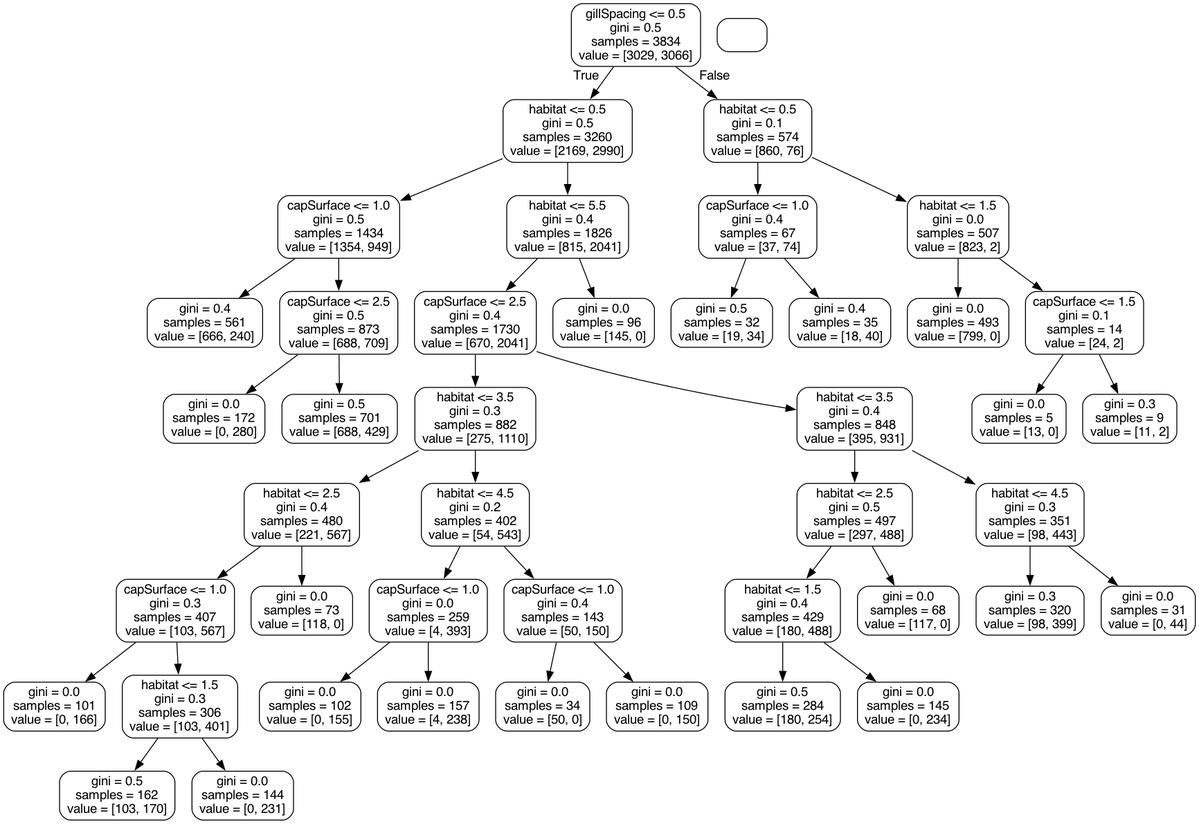
The Graphviz diagram Images/tree.png in williamhenderson02/ML-Coursework-2022, before a commit. Its source is kept beside it as tree.dot.
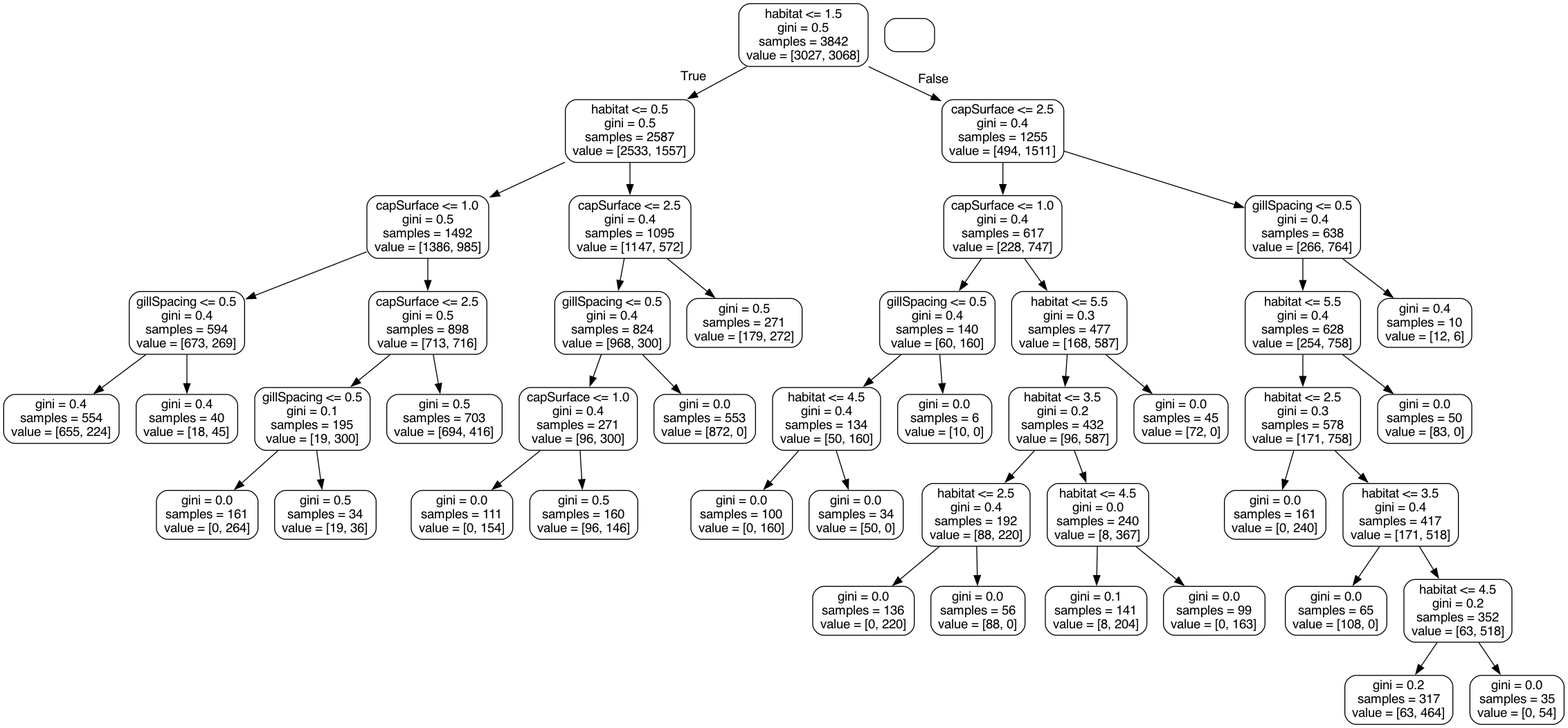
The same diagram one commit later.

Diff of the diagram source:
```diff
@@ -1,89 +1,93 @@
 digraph Tree {
 node [shape=box, style="rounded", color="black", fontname="helvetica"] ;
 edge [fontname="helvetica"] ;
-0 [label="gillSpacing <= 0.5\ngini = 0.5\nsamples = 3834\nvalue = [3029, 3066]"] ;
-1 [label="habitat <= 0.5\ngini = 0.5\nsamples = 3260\nvalue = [2169, 2990]"] ;
+0 [label="habitat <= 1.5\ngini = 0.5\nsamples = 3842\nvalue = [3027, 3068]"] ;
+1 [label="habitat <= 0.5\ngini = 0.5\nsamples = 2587\nvalue = [2533, 1557]"] ;
 0 -> 1 [labeldistance=2.5, labelangle=45, headlabel="True"] ;
-2 [label="capSurface <= 1.0\ngini = 0.5\nsamples = 1434\nvalue = [1354, 949]"] ;
+2 [label="capSurface <= 1.0\ngini = 0.5\nsamples = 1492\nvalue = [1386, 985]"] ;
 1 -> 2 ;
-3 [label="gini = 0.4\nsamples = 561\nvalue = [666, 240]"] ;
+3 [label="gillSpacing <= 0.5\ngini = 0.4\nsamples = 594\nvalue = [673, 269]"] ;
 2 -> 3 ;
-4 [label="capSurface <= 2.5\ngini = 0.5\nsamples = 873\nvalue = [688, 709]"] ;
-2 -> 4 ;
-5 [label="gini = 0.0\nsamples = 172\nvalue = [0, 280]"] ;
-4 -> 5 ;
-6 [label="gini = 0.5\nsamples = 701\nvalue = [688, 429]"] ;
-4 -> 6 ;
-7 [label="habitat <= 5.5\ngini = 0.4\nsamples = 1826\nvalue = [815, 2041]"] ;
-1 -> 7 ;
-8 [label="capSurface <= 2.5\ngini = 0.4\nsamples = 1730\nvalue = [670, 2041]"] ;
+4 [label="gini = 0.4\nsamples = 554\nvalue = [655, 224]"] ;
+3 -> 4 ;
+5 [label="gini = 0.4\nsamples = 40\nvalue = [18, 45]"] ;
+3 -> 5 ;
+6 [label="capSurface <= 2.5\ngini = 0.5\nsamples = 898\nvalue = [713, 716]"] ;
+2 -> 6 ;
+7 [label="gillSpacing <= 0.5\ngini = 0.1\nsamples = 195\nvalue = [19, 300]"] ;
+6 -> 7 ;
+8 [label="gini = 0.0\nsamples = 161\nvalue = [0, 264]"] ;
 7 -> 8 ;
-9 [label="habitat <= 3.5\ngini = 0.3\nsamples = 882\nvalue = [275, 1110]"] ;
-8 -> 9 ;
-10 [label="habitat <= 2.5\ngini = 0.4\nsamples = 480\nvalue = [221, 567]"] ;
-9 -> 10 ;
-11 [label="capSurface <= 1.0\ngini = 0.3\nsamples = 407\nvalue = [103, 567]"] ;
-10 -> 11 ;
-12 [label="gini = 0.0\nsamples = 101\nvalue = [0, 166]"] ;
+9 [label="gini = 0.5\nsamples = 34\nvalue = [19, 36]"] ;
+7 -> 9 ;
+10 [label="gini = 0.5\nsamples = 703\nvalue = [694, 416]"] ;
+6 -> 10 ;
+11 [label="capSurface <= 2.5\ngini = 0.4\nsamples = 1095\nvalue = [1147, 572]"] ;
+1 -> 11 ;
+12 [label="gillSpacing <= 0.5\ngini = 0.4\nsamples = 824\nvalue = [968, 300]"] ;
 11 -> 12 ;
-13 [label="habitat <= 1.5\ngini = 0.3\nsamples = 306\nvalue = [103, 401]"] ;
-11 -> 13 ;
-14 [label="gini = 0.5\nsamples = 162\nvalue = [103, 170]"] ;
+13 [label="capSurface <= 1.0\ngini = 0.4\nsamples = 271\nvalue = [96, 300]"] ;
+12 -> 13 ;
+14 [label="gini = 0.0\nsamples = 111\nvalue = [0, 154]"] ;
 13 -> 14 ;
-15 [label="gini = 0.0\nsamples = 144\nvalue = [0, 231]"] ;
+15 [label="gini = 0.5\nsamples = 160\nvalue = [96, 146]"] ;
 13 -> 15 ;
-16 [label="gini = 0.0\nsamples = 73\nvalue = [118, 0]"] ;
-10 -> 16 ;
-17 [label="habitat <= 4.5\ngini = 0.2\nsamples = 402\nvalue = [54, 543]"] ;
-9 -> 17 ;
-18 [label="capSurface <= 1.0\ngini = 0.0\nsamples = 259\nvalue = [4, 393]"] ;
-17 -> 18 ;
-19 [label="gini = 0.0\nsamples = 102\nvalue = [0, 155]"] ;
+16 [label="gini = 0.0\nsamples = 553\nvalue = [872, 0]"] ;
+12 -> 16 ;
+17 [label="gini = 0.5\nsamples = 271\nvalue = [179, 272]"] ;
+11 -> 17 ;
+18 [label="capSurface <= 2.5\ngini = 0.4\nsamples = 1255\nvalue = [494, 1511]"] ;
+0 -> 18 [labeldistance=2.5, labelangle=-45, headlabel="False"] ;
+19 [label="capSurface <= 1.0\ngini = 0.4\nsamples = 617\nvalue = [228, 747]"] ;
 18 -> 19 ;
-20 [label="gini = 0.0\nsamples = 157\nvalue = [4, 238]"] ;
-18 -> 20 ;
-21 [label="capSurface <= 1.0\ngini = 0.4\nsamples = 143\nvalue = [50, 150]"] ;
-17 -> 21 ;
-22 [label="gini = 0.0\nsamples = 34\nvalue = [50, 0]"] ;
+20 [label="gillSpacing <= 0.5\ngini = 0.4\nsamples = 140\nvalue = [60, 160]"] ;
+19 -> 20 ;
+21 [label="habitat <= 4.5\ngini = 0.4\nsamples = 134\nvalue = [50, 160]"] ;
+20 -> 21 ;
+22 [label="gini = 0.0\nsamples = 100\nvalue = [0, 160]"] ;
 21 -> 22 ;
-23 [label="gini = 0.0\nsamples = 109\nvalue = [0, 150]"] ;
+23 [label="gini = 0.0\nsamples = 34\nvalue = [50, 0]"] ;
 21 -> 23 ;
-24 [label="habitat <= 3.5\ngini = 0.4\nsamples = 848\nvalue = [395, 931]"] ;
-8 -> 24 ;
-25 [label="habitat <= 2.5\ngini = 0.5\nsamples = 497\nvalue = [297, 488]"] ;
-24 -> 25 ;
-26 [label="habitat <= 1.5\ngini = 0.4\nsamples = 429\nvalue = [180, 488]"] ;
+24 [label="gini = 0.0\nsamples = 6\nvalue = [10, 0]"] ;
+20 -> 24 ;
+25 [label="habitat <= 5.5\ngini = 0.3\nsamples = 477\nvalue = [168, 587]"] ;
+19 -> 25 ;
+26 [label="habitat <= 3.5\ngini = 0.2\nsamples = 432\nvalue = [96, 587]"] ;
 25 -> 26 ;
-27 [label="gini = 0.5\nsamples = 284\nvalue = [180, 254]"] ;
+27 [label="habitat <= 2.5\ngini = 0.4\nsamples = 192\nvalue = [88, 220]"] ;
 26 -> 27 ;
-28 [label="gini = 0.0\nsamples = 145\nvalue = [0, 234]"] ;
-26 -> 28 ;
-29 [label="gini = 0.0\nsamples = 68\nvalue = [117, 0]"] ;
-25 -> 29 ;
-30 [label="habitat <= 4.5\ngini = 0.3\nsamples = 351\nvalue = [98, 443]"] ;
-24 -> 30 ;
-31 [label="gini = 0.3\nsamples = 320\nvalue = [98, 399]"] ;
+28 [label="gini = 0.0\nsamples = 136\nvalue = [0, 220]"] ;
+27 -> 28 ;
+29 [label="gini = 0.0\nsamples = 56\nvalue = [88, 0]"] ;
+27 -> 29 ;
+30 [label="habitat <= 4.5\ngini = 0.0\nsamples = 240\nvalue = [8, 367]"] ;
+26 -> 30 ;
+31 [label="gini = 0.1\nsamples = 141\nvalue = [8, 204]"] ;
 30 -> 31 ;
-32 [label="gini = 0.0\nsamples = 31\nvalue = [0, 44]"] ;
+32 [label="gini = 0.0\nsamples = 99\nvalue = [0, 163]"] ;
 30 -> 32 ;
-33 [label="gini = 0.0\nsamples = 96\nvalue = [145, 0]"] ;
-7 -> 33 ;
-34 [label="habitat <= 0.5\ngini = 0.1\nsamples = 574\nvalue = [860, 76]"] ;
-0 -> 34 [labeldistance=2.5, labelangle=-45, headlabel="False"] ;
-35 [label="capSurface <= 1.0\ngini = 0.4\nsamples = 67\nvalue = [37, 74]"] ;
+33 [label="gini = 0.0\nsamples = 45\nvalue = [72, 0]"] ;
+25 -> 33 ;
+34 [label="gillSpacing <= 0.5\ngini = 0.4\nsamples = 638\nvalue = [266, 764]"] ;
+18 -> 34 ;
+35 [label="habitat <= 5.5\ngini = 0.4\nsamples = 628\nvalue = [254, 758]"] ;
 34 -> 35 ;
-36 [label="gini = 0.5\nsamples = 32\nvalue = [19, 34]"] ;
+36 [label="habitat <= 2.5\ngini = 0.3\nsamples = 578\nvalue = [171, 758]"] ;
 35 -> 36 ;
-37 [label="gini = 0.4\nsamples = 35\nvalue = [18, 40]"] ;
-35 -> 37 ;
-38 [label="habitat <= 1.5\ngini = 0.0\nsamples = 507\nvalue = [823, 2]"] ;
-34 -> 38 ;
-39 [label="gini = 0.0\nsamples = 493\nvalue = [799, 0]"] ;
+37 [label="gini = 0.0\nsamples = 161\nvalue = [0, 240]"] ;
+36 -> 37 ;
+38 [label="habitat <= 3.5\ngini = 0.4\nsamples = 417\nvalue = [171, 518]"] ;
+36 -> 38 ;
+39 [label="gini = 0.0\nsamples = 65\nvalue = [108, 0]"] ;
 38 -> 39 ;
-40 [label="capSurface <= 1.5\ngini = 0.1\nsamples = 14\nvalue = [24, 2]"] ;
+40 [label="habitat <= 4.5\ngini = 0.2\nsamples = 352\nvalue = [63, 518]"] ;
 38 -> 40 ;
-41 [label="gini = 0.0\nsamples = 5\nvalue = [13, 0]"] ;
+41 [label="gini = 0.2\nsamples = 317\nvalue = [63, 464]"] ;
 40 -> 41 ;
-42 [label="gini = 0.3\nsamples = 9\nvalue = [11, 2]"] ;
+42 [label="gini = 0.0\nsamples = 35\nvalue = [0, 54]"] ;
 40 -> 42 ;
+43 [label="gini = 0.0\nsamples = 50\nvalue = [83, 0]"] ;
+35 -> 43 ;
+44 [label="gini = 0.4\nsamples = 10\nvalue = [12, 6]"] ;
+34 -> 44 ;
 }
```
